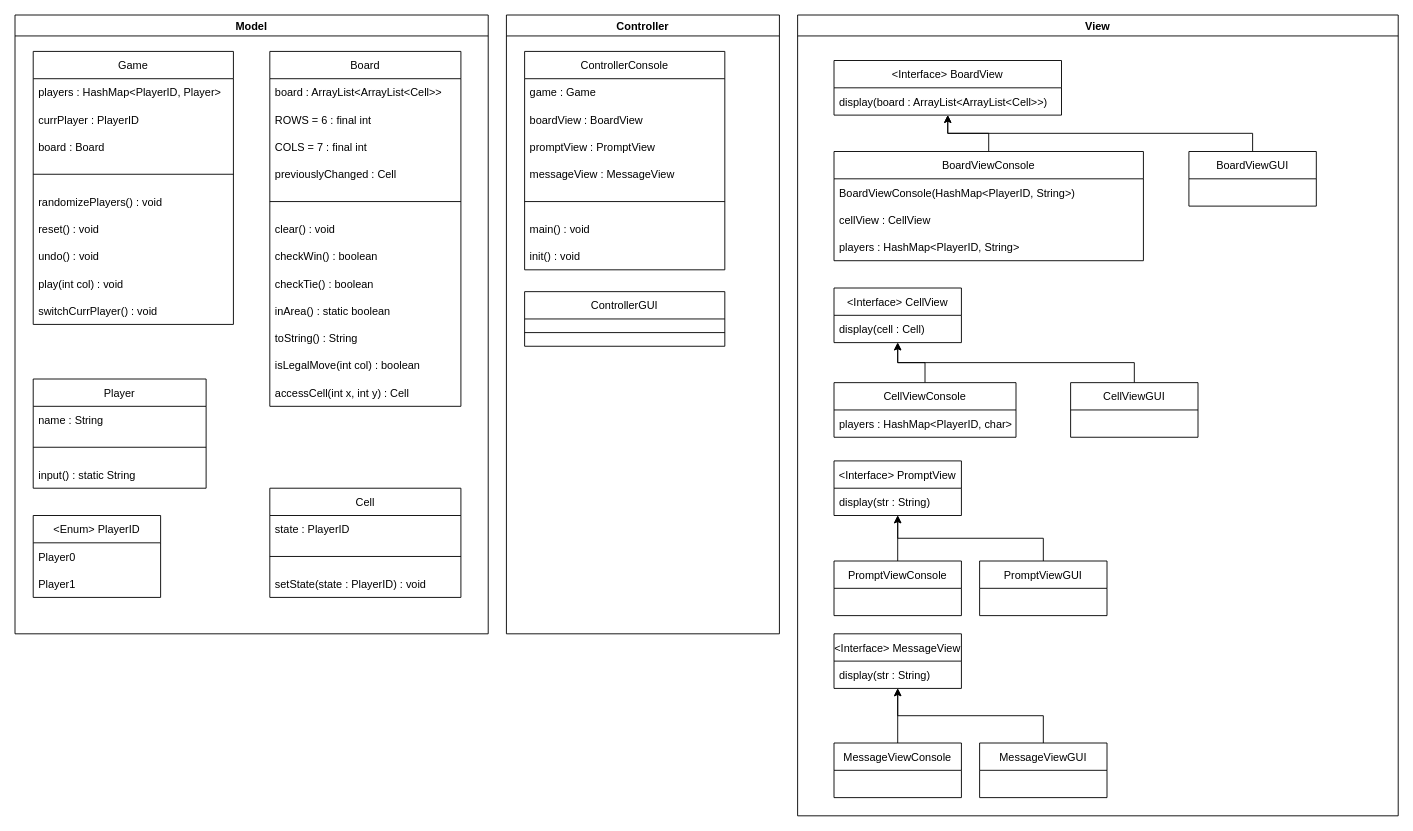
Earlier version of the draw.io diagram Documentation/viergewinnt.drawio (s-prechtl/sprechtl_jweissen_viergewinnt). Source tidied: cells renumbered, new cells numbered last; positions are measured from the earlier drawing's top-left corner, leaving out a move shared by most shapes. Both pictures are drawn from the tidied source at 91%, with x=0, y=0 at pixel (15, 15).
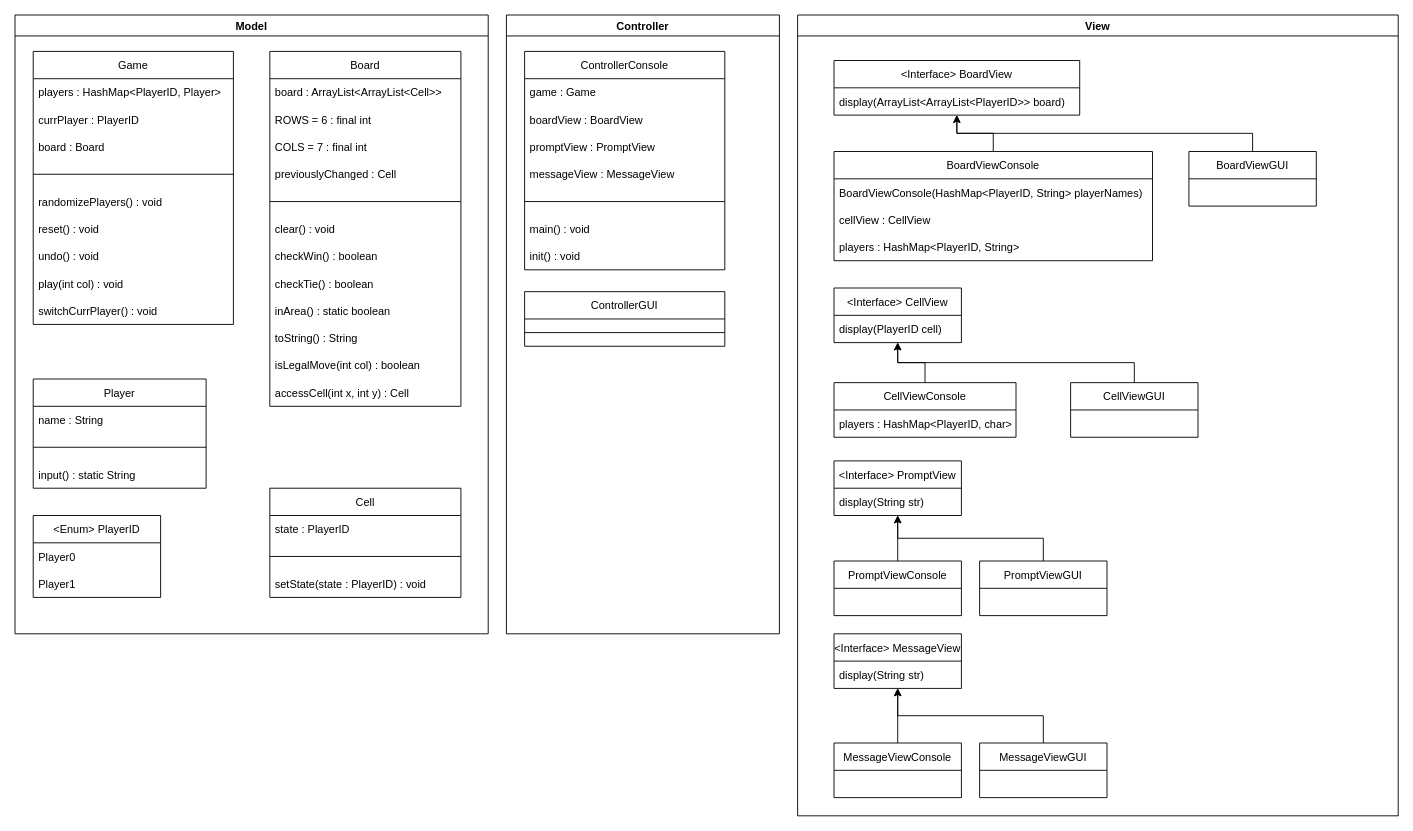
The same diagram, later.

Commit message:
Klassendiagramm überarbeitet

The change refers to these unchanged cells:
```xml
<mxCell id="54" value="View" style="swimlane;" parent="1" vertex="1">
  <mxGeometry x="860" width="660" height="880" as="geometry" />
</mxCell>
<mxCell id="64" value="&lt;Interface&gt; CellView" style="swimlane;fontStyle=0;horizontal=1;startSize=30;" parent="54" vertex="1">
  <mxGeometry x="40" y="300" width="140" height="60" as="geometry" />
</mxCell>
<mxCell id="71" value="&lt;Interface&gt; PromptView" style="swimlane;fontStyle=0;horizontal=1;startSize=30;" parent="54" vertex="1">
  <mxGeometry x="40" y="490" width="140" height="60" as="geometry" />
</mxCell>
<mxCell id="77" value="&lt;Interface&gt; MessageView" style="swimlane;fontStyle=0;horizontal=1;startSize=30;" parent="54" vertex="1">
  <mxGeometry x="40" y="680" width="140" height="60" as="geometry" />
</mxCell>
```

Change to the diagram source:
```diff
@@
     <mxCell id="55" value="&lt;Interface&gt; BoardView" style="swimlane;fontStyle=0;horizontal=1;startSize=30;" parent="54" vertex="1">
-      <mxGeometry x="40" y="50" width="250" height="60" as="geometry" />
+      <mxGeometry x="40" y="50" width="270" height="60" as="geometry" />
     </mxCell>
-    <mxCell id="56" value="display(board : ArrayList&lt;ArrayList&lt;Cell&gt;&gt;)" style="text;strokeColor=none;fillColor=none;align=left;verticalAlign=middle;spacingLeft=4;spacingRight=4;overflow=hidden;" parent="55" vertex="1">
-      <mxGeometry y="30" width="250" height="30" as="geometry" />
+    <mxCell id="56" value="display(ArrayList&lt;ArrayList&lt;PlayerID&gt;&gt; board)" style="text;strokeColor=none;fillColor=none;align=left;verticalAlign=middle;spacingLeft=4;spacingRight=4;overflow=hidden;" parent="55" vertex="1">
+      <mxGeometry y="30" width="270" height="30" as="geometry" />
     </mxCell>
@@
     <mxCell id="60" value="BoardViewConsole" style="swimlane;fontStyle=0;horizontal=1;startSize=30;" parent="54" vertex="1">
-      <mxGeometry x="40" y="150" width="340" height="120" as="geometry" />
+      <mxGeometry x="40" y="150" width="350" height="120" as="geometry" />
     </mxCell>
-    <mxCell id="61" value="BoardViewConsole(HashMap&lt;PlayerID, String&gt;)" style="text;strokeColor=none;fillColor=none;align=left;verticalAlign=middle;spacingLeft=4;spacingRight=4;overflow=hidden;" parent="60" vertex="1">
-      <mxGeometry y="30" width="340" height="30" as="geometry" />
+    <mxCell id="61" value="BoardViewConsole(HashMap&lt;PlayerID, String&gt; playerNames)" style="text;strokeColor=none;fillColor=none;align=left;verticalAlign=middle;spacingLeft=4;spacingRight=4;overflow=hidden;" parent="60" vertex="1">
+      <mxGeometry y="30" width="350" height="30" as="geometry" />
     </mxCell>
     <mxCell id="62" value="cellView : CellView" style="text;strokeColor=none;fillColor=none;align=left;verticalAlign=middle;spacingLeft=4;spacingRight=4;overflow=hidden;" parent="60" vertex="1">
-      <mxGeometry y="60" width="340" height="30" as="geometry" />
+      <mxGeometry y="60" width="350" height="30" as="geometry" />
     </mxCell>
     <mxCell id="63" value="players : HashMap&lt;PlayerID, String&gt;" style="text;strokeColor=none;fillColor=none;align=left;verticalAlign=middle;spacingLeft=4;spacingRight=4;overflow=hidden;" parent="60" vertex="1">
-      <mxGeometry y="90" width="340" height="30" as="geometry" />
+      <mxGeometry y="90" width="350" height="30" as="geometry" />
     </mxCell>
@@
-    <mxCell id="65" value="display(cell : Cell)" style="text;strokeColor=none;fillColor=none;align=left;verticalAlign=middle;spacingLeft=4;spacingRight=4;overflow=hidden;" parent="64" vertex="1">
+    <mxCell id="65" value="display(PlayerID cell)" style="text;strokeColor=none;fillColor=none;align=left;verticalAlign=middle;spacingLeft=4;spacingRight=4;overflow=hidden;" parent="64" vertex="1">
       <mxGeometry y="30" width="140" height="30" as="geometry" />
     </mxCell>
@@
-    <mxCell id="72" value="display(str : String)" style="text;strokeColor=none;fillColor=none;align=left;verticalAlign=middle;spacingLeft=4;spacingRight=4;overflow=hidden;" parent="71" vertex="1">
+    <mxCell id="72" value="display(String str)" style="text;strokeColor=none;fillColor=none;align=left;verticalAlign=middle;spacingLeft=4;spacingRight=4;overflow=hidden;" parent="71" vertex="1">
       <mxGeometry y="30" width="140" height="30" as="geometry" />
     </mxCell>
@@
-    <mxCell id="78" value="display(str : String)" style="text;strokeColor=none;fillColor=none;align=left;verticalAlign=middle;spacingLeft=4;spacingRight=4;overflow=hidden;" parent="77" vertex="1">
+    <mxCell id="78" value="display(String str)" style="text;strokeColor=none;fillColor=none;align=left;verticalAlign=middle;spacingLeft=4;spacingRight=4;overflow=hidden;" parent="77" vertex="1">
       <mxGeometry y="30" width="140" height="30" as="geometry" />
     </mxCell>
```
